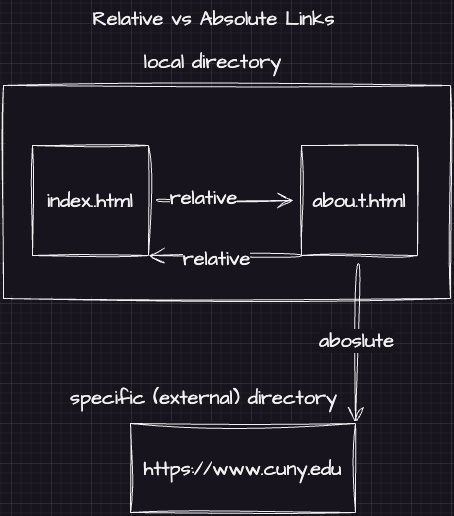
Before: images/html-css/HTML_links3.png, a diagram exported from draw.io (peytoncordero/DRI25). Source tidied: cells renumbered, new cells last; positions are measured from the earlier drawing's top-left corner, leaving out a move shared by most shapes.
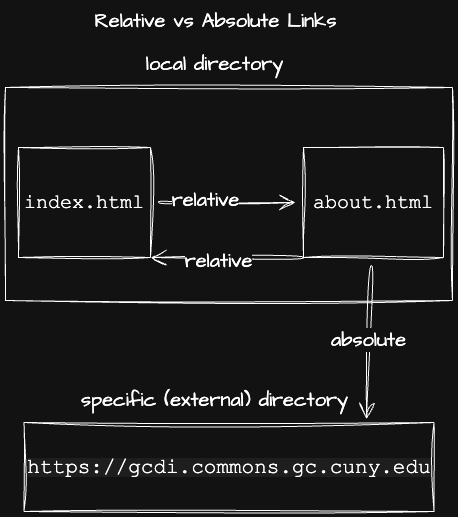
The same file after the commit.

Change to the diagram source:
```diff
@@ -11,13 +11,13 @@
     <mxCell id="4" value="relative" style="edgeLabel;html=1;align=center;verticalAlign=middle;fontSize=20;fontFamily=Architects Daughter;" parent="3" vertex="1">
       <mxGeometry x="-0.33" y="4" relative="1" as="geometry" />
     </mxCell>
-    <mxCell id="5" value="index..html" style="rounded=0;whiteSpace=wrap;html=1;sketch=1;hachureGap=4;jiggle=2;curveFitting=1;fontFamily=Architects Daughter;fontSource=https%3A%2F%2Ffonts.googleapis.com%2Fcss%3Ffamily%3DArchitects%2BDaughter;fontSize=20;" parent="1" vertex="1">
-      <mxGeometry x="29" y="142" width="116" height="110" as="geometry" />
+    <mxCell id="5" value="&lt;font face=&quot;Courier New&quot;&gt;index.html&lt;/font&gt;" style="rounded=0;whiteSpace=wrap;html=1;sketch=1;hachureGap=4;jiggle=2;curveFitting=1;fontFamily=Architects Daughter;fontSource=https%3A%2F%2Ffonts.googleapis.com%2Fcss%3Ffamily%3DArchitects%2BDaughter;fontSize=20;" parent="1" vertex="1">
+      <mxGeometry x="13" y="142" width="132" height="110" as="geometry" />
     </mxCell>
-    <mxCell id="6" style="edgeStyle=none;curved=1;rounded=0;sketch=1;hachureGap=4;jiggle=2;curveFitting=1;jettySize=auto;html=1;entryX=1;entryY=0;entryDx=0;entryDy=0;fontFamily=Architects Daughter;fontSource=https%3A%2F%2Ffonts.googleapis.com%2Fcss%3Ffamily%3DArchitects%2BDaughter;fontSize=16;endArrow=open;startSize=14;endSize=14;sourcePerimeterSpacing=8;targetPerimeterSpacing=8;" parent="1" edge="1" source="10" target="11">
+    <mxCell id="6" style="edgeStyle=none;curved=1;rounded=0;sketch=1;hachureGap=4;jiggle=2;curveFitting=1;jettySize=auto;html=1;entryX=0.835;entryY=-0.039;entryDx=0;entryDy=0;fontFamily=Architects Daughter;fontSource=https%3A%2F%2Ffonts.googleapis.com%2Fcss%3Ffamily%3DArchitects%2BDaughter;fontSize=16;endArrow=open;startSize=14;endSize=14;sourcePerimeterSpacing=8;targetPerimeterSpacing=8;entryPerimeter=0;" parent="1" edge="1" source="10" target="11">
       <mxGeometry relative="1" as="geometry" />
     </mxCell>
-    <mxCell id="7" value="aboslute" style="edgeLabel;html=1;align=center;verticalAlign=middle;fontSize=20;fontFamily=Architects Daughter;" parent="6" vertex="1">
+    <mxCell id="7" value="absolute" style="edgeLabel;html=1;align=center;verticalAlign=middle;fontSize=20;fontFamily=Architects Daughter;" parent="6" vertex="1">
       <mxGeometry x="-0.03" y="-1" relative="1" as="geometry" />
     </mxCell>
     <mxCell id="8" style="edgeStyle=none;curved=1;rounded=0;sketch=1;hachureGap=4;jiggle=2;curveFitting=1;jettySize=auto;html=1;fontFamily=Architects Daughter;fontSource=https%3A%2F%2Ffonts.googleapis.com%2Fcss%3Ffamily%3DArchitects%2BDaughter;fontSize=16;endArrow=open;startSize=14;endSize=14;sourcePerimeterSpacing=8;targetPerimeterSpacing=8;exitX=0;exitY=1;exitDx=0;exitDy=0;entryX=1;entryY=1;entryDx=0;entryDy=0;" parent="1" edge="1" source="10" target="5">
@@ -26,17 +26,17 @@
     <mxCell id="9" value="relative" style="edgeLabel;html=1;align=center;verticalAlign=middle;fontSize=20;fontFamily=Architects Daughter;" parent="8" vertex="1">
       <mxGeometry x="0.12" y="2" relative="1" as="geometry" />
     </mxCell>
-    <mxCell id="10" value="abou.t.html" style="rounded=0;whiteSpace=wrap;html=1;sketch=1;hachureGap=4;jiggle=2;curveFitting=1;fontFamily=Architects Daughter;fontSource=https%3A%2F%2Ffonts.googleapis.com%2Fcss%3Ffamily%3DArchitects%2BDaughter;fontSize=20;" parent="1" vertex="1">
-      <mxGeometry x="298" y="142" width="116" height="110" as="geometry" />
+    <mxCell id="10" value="&lt;font face=&quot;Courier New&quot;&gt;about.html&lt;/font&gt;" style="rounded=0;whiteSpace=wrap;html=1;sketch=1;hachureGap=4;jiggle=2;curveFitting=1;fontFamily=Architects Daughter;fontSource=https%3A%2F%2Ffonts.googleapis.com%2Fcss%3Ffamily%3DArchitects%2BDaughter;fontSize=20;" parent="1" vertex="1">
+      <mxGeometry x="298" y="142" width="140" height="110" as="geometry" />
     </mxCell>
-    <mxCell id="11" value="https://www.cuny.edu" style="rounded=0;whiteSpace=wrap;html=1;sketch=1;hachureGap=4;jiggle=2;curveFitting=1;fontFamily=Architects Daughter;fontSource=https%3A%2F%2Ffonts.googleapis.com%2Fcss%3Ffamily%3DArchitects%2BDaughter;fontSize=20;" parent="1" vertex="1">
-      <mxGeometry x="127" y="420" width="225" height="89" as="geometry" />
+    <mxCell id="11" value="&lt;div style=&quot;background-color: rgb(30, 30, 30); line-height: 18px; white-space: pre;&quot;&gt;&lt;span&gt;&lt;font face=&quot;Courier New&quot; style=&quot;color: rgb(255, 255, 255); font-size: 21px;&quot;&gt;https://gcdi.commons.gc.cuny.edu&lt;/font&gt;&lt;/span&gt;&lt;/div&gt;" style="rounded=0;whiteSpace=wrap;html=1;sketch=1;hachureGap=4;jiggle=2;curveFitting=1;fontFamily=Architects Daughter;fontSource=https%3A%2F%2Ffonts.googleapis.com%2Fcss%3Ffamily%3DArchitects%2BDaughter;fontSize=20;" parent="1" vertex="1">
+      <mxGeometry x="18.5" y="417" width="410" height="89" as="geometry" />
     </mxCell>
     <mxCell id="12" value="local directory" style="text;html=1;align=center;verticalAlign=middle;strokeColor=none;fillColor=none;fontSize=20;fontFamily=Architects Daughter;" parent="1" vertex="1">
       <mxGeometry x="131" y="40" width="156" height="36" as="geometry" />
     </mxCell>
     <mxCell id="13" value="specific (external) directory" style="text;html=1;align=center;verticalAlign=middle;strokeColor=none;fillColor=none;fontSize=20;fontFamily=Architects Daughter;" parent="1" vertex="1">
-      <mxGeometry x="57" y="376" width="285" height="36" as="geometry" />
+      <mxGeometry x="66.5" y="376" width="285" height="36" as="geometry" />
     </mxCell>
     <mxCell id="14" value="Relative vs Absolute Links" style="text;strokeColor=none;fillColor=none;html=1;align=center;verticalAlign=middle;whiteSpace=wrap;rounded=0;fontSize=20;fontFamily=Architects Daughter;" parent="1" vertex="1">
       <mxGeometry x="69" width="283" height="30" as="geometry" />
```
